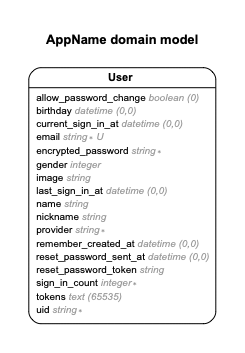
Earlier version of the Graphviz export erd.png (terufumi1122/mymevi). Its source is kept beside it as erd.dot.
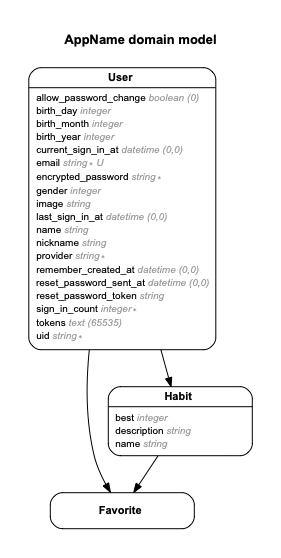
After the commit.

Change to the diagram source:
```diff
@@ -13,13 +13,29 @@
 edge[ fontname  =  "Arial" , fontsize  =  "7" , dir  =  "both" , arrowsize  =  "0.9" , penwidth  =  "1.0" , labelangle  =  "32" , labeldistance  =  "1.8"];
 rankdir = "TB";
 label = "AppName domain model\n\n";
+m_Favorite [label = <{<table border="0" align="center" cellspacing="0.5" cellpadding="0" width="134">
+  <tr><td align="center" valign="bottom" width="130"><font face="Arial Bold" point-size="11">Favorite</font></td></tr>
+</table>
+}>];
+m_Habit [label = <{<table border="0" align="center" cellspacing="0.5" cellpadding="0" width="134">
+  <tr><td align="center" valign="bottom" width="130"><font face="Arial Bold" point-size="11">Habit</font></td></tr>
+</table>
+|
+<table border="0" align="left" cellspacing="2" cellpadding="0" width="134">
+  <tr><td align="left" width="130" port="best">best <font face="Arial Italic" color="grey60">integer</font></td></tr>
+  <tr><td align="left" width="130" port="description">description <font face="Arial Italic" color="grey60">string</font></td></tr>
+  <tr><td align="left" width="130" port="name">name <font face="Arial Italic" color="grey60">string</font></td></tr>
+</table>
+}>];
 m_User [label = <{<table border="0" align="center" cellspacing="0.5" cellpadding="0" width="134">
   <tr><td align="center" valign="bottom" width="130"><font face="Arial Bold" point-size="11">User</font></td></tr>
 </table>
 |
 <table border="0" align="left" cellspacing="2" cellpadding="0" width="134">
   <tr><td align="left" width="130" port="allow_password_change">allow_password_change <font face="Arial Italic" color="grey60">boolean (0)</font></td></tr>
-  <tr><td align="left" width="130" port="birthday">birthday <font face="Arial Italic" color="grey60">datetime (0,0)</font></td></tr>
+  <tr><td align="left" width="130" port="birth_day">birth_day <font face="Arial Italic" color="grey60">integer</font></td></tr>
+  <tr><td align="left" width="130" port="birth_month">birth_month <font face="Arial Italic" color="grey60">integer</font></td></tr>
+  <tr><td align="left" width="130" port="birth_year">birth_year <font face="Arial Italic" color="grey60">integer</font></td></tr>
   <tr><td align="left" width="130" port="current_sign_in_at">current_sign_in_at <font face="Arial Italic" color="grey60">datetime (0,0)</font></td></tr>
   <tr><td align="left" width="130" port="email">email <font face="Arial Italic" color="grey60">string ∗ U</font></td></tr>
   <tr><td align="left" width="130" port="encrypted_password">encrypted_password <font face="Arial Italic" color="grey60">string ∗</font></td></tr>
@@ -37,4 +53,7 @@
   <tr><td align="left" width="130" port="uid">uid <font face="Arial Italic" color="grey60">string ∗</font></td></tr>
 </table>
 }>];
+  m_User -> m_Habit [arrowhead = "normal", arrowtail = "none", weight = "2"];
+  m_User -> m_Favorite [arrowhead = "normal", arrowtail = "none", weight = "2"];
+  m_Habit -> m_Favorite [arrowhead = "normal", arrowtail = "none", weight = "2"];
 }
```
